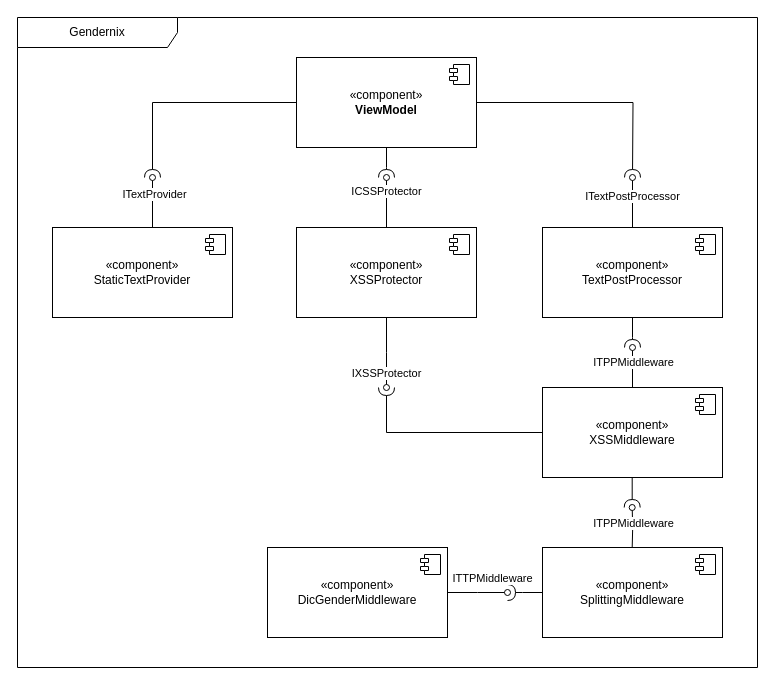
Above: drawio_component_gendernix.drawio in SteiningerSebastian/Gendernix (draw.io), before the change. Source tidied: cells renumbered, new cells numbered last; positions are measured from the earlier drawing's top-left corner, leaving out a move shared by most shapes. Both pictures are drawn from the tidied source at 100%, with x=0, y=0 at pixel (17, 17).
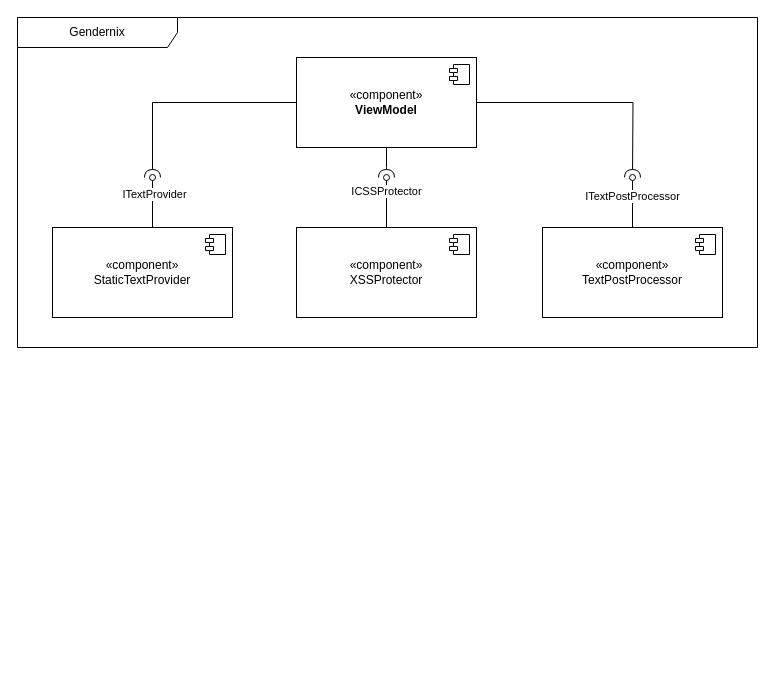
The same diagram, later.

The change refers to these unchanged cells:
```xml
<mxCell id="16" value="«component»&lt;br&gt;XSSProtector" style="html=1;whiteSpace=wrap;" parent="2" vertex="1">
  <mxGeometry x="279" y="210" width="180" height="90" as="geometry" />
</mxCell>
<mxCell id="21" value="«component»&lt;br&gt;TextPostProcessor" style="html=1;whiteSpace=wrap;" parent="2" vertex="1">
  <mxGeometry x="525" y="210" width="180" height="90" as="geometry" />
</mxCell>
```

Diff of the diagram source:
```diff
@@
     <mxCell id="2" value="Gendernix" style="shape=umlFrame;whiteSpace=wrap;html=1;width=160;" parent="1" vertex="1">
-      <mxGeometry width="740" height="650" as="geometry" />
+      <mxGeometry width="740" height="330" as="geometry" />
     </mxCell>
@@
-    <mxCell id="14" style="edgeStyle=orthogonalEdgeStyle;rounded=0;jettySize=auto;html=1;endArrow=oval;endFill=0;" parent="2" edge="1" source="16">
-      <mxGeometry relative="1" as="geometry">
-        <mxPoint x="369" y="370" as="targetPoint" />
-      </mxGeometry>
-    </mxCell>
-    <mxCell id="15" value="IXSSProtector" style="edgeLabel;html=1;align=center;verticalAlign=middle;" parent="14" vertex="1">
-      <mxGeometry x="0.58" y="-1" relative="1" as="geometry" />
-    </mxCell>
@@
-    <mxCell id="20" style="edgeStyle=orthogonalEdgeStyle;rounded=0;jettySize=auto;html=1;endArrow=halfCircle;endFill=0;" parent="2" edge="1" source="21">
-      <mxGeometry relative="1" as="geometry">
-        <mxPoint x="615" y="330" as="targetPoint" />
-      </mxGeometry>
-    </mxCell>
@@
-    <mxCell id="23" style="edgeStyle=orthogonalEdgeStyle;rounded=0;jettySize=auto;html=1;endArrow=oval;endFill=0;" parent="2" edge="1" source="26">
-      <mxGeometry relative="1" as="geometry">
-        <mxPoint x="615" y="330" as="targetPoint" />
-      </mxGeometry>
-    </mxCell>
-    <mxCell id="24" value="ITPPMiddleware" style="edgeLabel;html=1;align=center;verticalAlign=middle;" parent="23" vertex="1">
-      <mxGeometry x="0.29" relative="1" as="geometry" />
-    </mxCell>
-    <mxCell id="25" style="edgeStyle=orthogonalEdgeStyle;rounded=0;jettySize=auto;html=1;endArrow=halfCircle;endFill=0;" parent="2" edge="1" source="26">
-      <mxGeometry relative="1" as="geometry">
-        <mxPoint x="369" y="370" as="targetPoint" />
-        <Array as="points">
-          <mxPoint x="369" y="415" />
-        </Array>
-      </mxGeometry>
-    </mxCell>
-    <mxCell id="26" value="«component»&lt;br&gt;XSSMiddleware" style="html=1;whiteSpace=wrap;" parent="2" vertex="1">
-      <mxGeometry x="525" y="370" width="180" height="90" as="geometry" />
-    </mxCell>
-    <mxCell id="27" style="shape=module;jettyWidth=8;jettyHeight=4;" parent="26" vertex="1">
-      <mxGeometry x="1" width="20" height="20" relative="1" as="geometry">
-        <mxPoint x="-27" y="7" as="offset" />
-      </mxGeometry>
-    </mxCell>
-    <mxCell id="28" style="edgeStyle=orthogonalEdgeStyle;rounded=0;jettySize=auto;html=1;endArrow=halfCircle;endFill=0;" parent="2" edge="1" source="29">
-      <mxGeometry relative="1" as="geometry">
-        <mxPoint x="490" y="575" as="targetPoint" />
-      </mxGeometry>
-    </mxCell>
-    <mxCell id="29" value="«component»&lt;br&gt;SplittingMiddleware" style="html=1;whiteSpace=wrap;" parent="2" vertex="1">
-      <mxGeometry x="525" y="530" width="180" height="90" as="geometry" />
-    </mxCell>
-    <mxCell id="30" style="shape=module;jettyWidth=8;jettyHeight=4;" parent="29" vertex="1">
-      <mxGeometry x="1" width="20" height="20" relative="1" as="geometry">
-        <mxPoint x="-27" y="7" as="offset" />
-      </mxGeometry>
-    </mxCell>
-    <mxCell id="31" style="edgeStyle=orthogonalEdgeStyle;rounded=0;orthogonalLoop=1;jettySize=auto;html=1;endArrow=halfCircle;endFill=0;" parent="2" edge="1">
-      <mxGeometry relative="1" as="geometry">
-        <mxPoint x="614.7" y="460" as="sourcePoint" />
-        <mxPoint x="614.7" y="490" as="targetPoint" />
-      </mxGeometry>
-    </mxCell>
-    <mxCell id="32" style="edgeStyle=orthogonalEdgeStyle;rounded=0;orthogonalLoop=1;jettySize=auto;html=1;endArrow=oval;endFill=0;" parent="2" edge="1">
-      <mxGeometry relative="1" as="geometry">
-        <mxPoint x="614.7" y="530" as="sourcePoint" />
-        <mxPoint x="614.7" y="490" as="targetPoint" />
-      </mxGeometry>
-    </mxCell>
-    <mxCell id="33" value="ITPPMiddleware" style="edgeLabel;html=1;align=center;verticalAlign=middle;" parent="32" vertex="1">
-      <mxGeometry x="0.29" relative="1" as="geometry" />
-    </mxCell>
-    <mxCell id="34" style="edgeStyle=orthogonalEdgeStyle;rounded=0;jettySize=auto;html=1;endArrow=oval;endFill=0;" parent="2" edge="1" source="36">
-      <mxGeometry relative="1" as="geometry">
-        <mxPoint x="490" y="575" as="targetPoint" />
-      </mxGeometry>
-    </mxCell>
-    <mxCell id="35" value="ITTPMiddleware" style="edgeLabel;html=1;align=center;verticalAlign=middle;" parent="34" vertex="1">
-      <mxGeometry x="-0.03" y="-1" relative="1" as="geometry">
-        <mxPoint x="15" y="-16" as="offset" />
-      </mxGeometry>
-    </mxCell>
-    <mxCell id="36" value="«component»&lt;br&gt;DicGenderMiddleware" style="html=1;whiteSpace=wrap;" parent="2" vertex="1">
-      <mxGeometry x="250" y="530" width="180" height="90" as="geometry" />
-    </mxCell>
-    <mxCell id="37" style="shape=module;jettyWidth=8;jettyHeight=4;" parent="36" vertex="1">
-      <mxGeometry x="1" width="20" height="20" relative="1" as="geometry">
-        <mxPoint x="-27" y="7" as="offset" />
-      </mxGeometry>
-    </mxCell>
```
